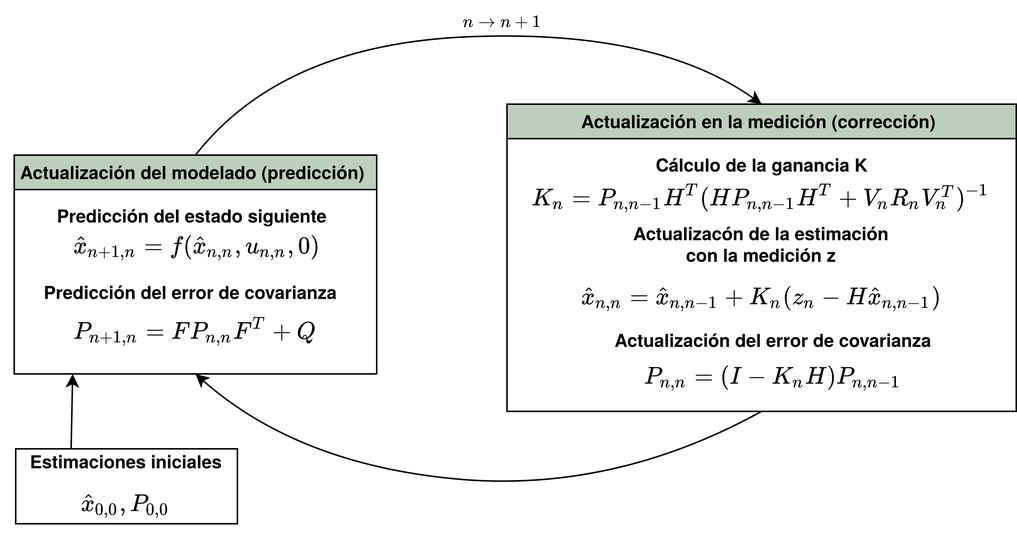
Above: images/extended_kalman_algorithm.png in levacarrillo/My_thesis (draw.io), before the change. Source tidied: cells renumbered, new cells last; positions are measured from the earlier drawing's top-left corner, leaving out a move shared by most shapes. The source it was exported from:
```xml
<mxGraphModel math="1">
  <root>
    <mxCell id="0" />
    <mxCell id="1" parent="0" />
    <mxCell id="2" value="Actualización del modelado (predicción) " style="swimlane;fillColor=#BDCFBC;strokeColor=#000000;gradientColor=none;swimlaneFillColor=none;" parent="1" vertex="1">
      <mxGeometry x="9" y="94" width="242" height="146" as="geometry" />
    </mxCell>
    <mxCell id="3" value="$$\hat{x}_{n+1,n} = f(\hat{x}_{n,n}, u_{n,n}, 0)&lt;br&gt;$$" style="text;html=1;strokeColor=none;fillColor=none;align=center;verticalAlign=middle;whiteSpace=wrap;rounded=0;" parent="2" vertex="1">
      <mxGeometry x="17" y="47" width="210" height="30" as="geometry" />
    </mxCell>
    <mxCell id="4" value="$$ P_{n+1, n} = FP_{n,n} F^T + Q $$" style="text;html=1;strokeColor=none;fillColor=none;align=center;verticalAlign=middle;whiteSpace=wrap;rounded=0;" parent="2" vertex="1">
      <mxGeometry x="21" y="108" width="200" height="20" as="geometry" />
    </mxCell>
    <mxCell id="5" value="&lt;b&gt;Predicción del estado siguiente&lt;/b&gt;" style="text;html=1;strokeColor=none;fillColor=none;align=center;verticalAlign=middle;whiteSpace=wrap;rounded=0;" parent="2" vertex="1">
      <mxGeometry x="24" y="30" width="190" height="20" as="geometry" />
    </mxCell>
    <mxCell id="6" value="&lt;b&gt;Predicción del error de covarianza&lt;/b&gt;" style="text;html=1;strokeColor=none;fillColor=none;align=center;verticalAlign=middle;whiteSpace=wrap;rounded=0;" parent="2" vertex="1">
      <mxGeometry x="13" y="81" width="210" height="20" as="geometry" />
    </mxCell>
    <mxCell id="7" value="Actualización en la medición (corrección) " style="swimlane;fillColor=#BDCFBC;" parent="1" vertex="1">
      <mxGeometry x="338" y="60" width="340" height="205" as="geometry" />
    </mxCell>
    <mxCell id="8" value="$$K_n = P_{n,n-1} H^T(HP_{n,n-1}H^T +V_n R_n V^T_n)^{-1}$$" style="text;html=1;strokeColor=none;fillColor=none;align=center;verticalAlign=middle;whiteSpace=wrap;rounded=0;" parent="7" vertex="1">
      <mxGeometry x="63" y="43" width="214" height="40" as="geometry" />
    </mxCell>
    <mxCell id="9" value="$$\hat{x}_{n,n} = \hat{x}_{n,n-1} + K_n(z_n-H\hat{x}_{n,n-1})$$" style="text;html=1;strokeColor=none;fillColor=none;align=center;verticalAlign=middle;whiteSpace=wrap;rounded=0;" parent="7" vertex="1">
      <mxGeometry x="68" y="120" width="204" height="20" as="geometry" />
    </mxCell>
    <mxCell id="10" value="$$ P_{n,n} = (I-K_n H) P_{n,n-1}$$" style="text;html=1;strokeColor=none;fillColor=none;align=center;verticalAlign=middle;whiteSpace=wrap;rounded=0;" parent="7" vertex="1">
      <mxGeometry x="93" y="173" width="170" height="20" as="geometry" />
    </mxCell>
    <mxCell id="11" value="&lt;b&gt;Cálculo de la ganancia K&lt;/b&gt;" style="text;html=1;strokeColor=none;fillColor=none;align=center;verticalAlign=middle;whiteSpace=wrap;rounded=0;" parent="7" vertex="1">
      <mxGeometry x="65.5" y="30" width="209" height="20" as="geometry" />
    </mxCell>
    <mxCell id="12" value="&lt;b&gt;Actualizacón de la estimación &lt;br&gt;con la medición z&lt;/b&gt;" style="text;html=1;strokeColor=none;fillColor=none;align=center;verticalAlign=middle;whiteSpace=wrap;rounded=0;" parent="7" vertex="1">
      <mxGeometry x="75" y="83" width="190" height="20" as="geometry" />
    </mxCell>
    <mxCell id="13" value="&lt;b&gt;Actualización del error de covarianza&lt;/b&gt;" style="text;html=1;strokeColor=none;fillColor=none;align=center;verticalAlign=middle;whiteSpace=wrap;rounded=0;" parent="7" vertex="1">
      <mxGeometry x="68" y="147" width="220" height="20" as="geometry" />
    </mxCell>
    <mxCell id="14" style="curved=1;endArrow=classic;html=1;exitX=0.5;exitY=0;exitDx=0;exitDy=0;entryX=0.5;entryY=0;entryDx=0;entryDy=0;" parent="1" edge="1" source="2" target="7">
      <mxGeometry relative="1" as="geometry">
        <Array as="points">
          <mxPoint x="188" y="20" />
          <mxPoint x="438" y="10" />
        </Array>
      </mxGeometry>
    </mxCell>
    <mxCell id="15" style="curved=1;endArrow=classic;html=1;exitX=0.5;exitY=1;exitDx=0;exitDy=0;entryX=0.5;entryY=1;entryDx=0;entryDy=0;" parent="1" edge="1" source="7" target="2">
      <mxGeometry relative="1" as="geometry">
        <Array as="points">
          <mxPoint x="408" y="320" />
          <mxPoint x="198" y="300" />
        </Array>
      </mxGeometry>
    </mxCell>
    <mxCell id="16" value="&lt;div&gt;&lt;b&gt;Estimaciones iniciales &lt;/b&gt;$$\hat{x}_{0,0} , P_{0,0}$$&lt;/div&gt;" style="text;html=1;strokeColor=none;fillColor=none;align=center;verticalAlign=middle;whiteSpace=wrap;rounded=0;" parent="1" vertex="1">
      <mxGeometry y="310" width="168" height="20" as="geometry" />
    </mxCell>
    <mxCell id="17" style="rounded=0;whiteSpace=wrap;html=1;strokeColor=#000000;fillColor=none;gradientColor=#ffffff;" parent="1" vertex="1">
      <mxGeometry x="10" y="290" width="148" height="50" as="geometry" />
    </mxCell>
    <mxCell id="18" style="endArrow=classic;html=1;exitX=0.25;exitY=0;exitDx=0;exitDy=0;" parent="1" edge="1" source="17">
      <mxGeometry relative="1" as="geometry">
        <mxPoint x="48" y="240" as="targetPoint" />
      </mxGeometry>
    </mxCell>
    <mxCell id="19" value="&lt;div style=&quot;font-size: 8px&quot;&gt;&lt;font style=&quot;font-size: 8px&quot;&gt;&lt;b&gt;&lt;font style=&quot;font-size: 8px&quot;&gt;$$n&amp;nbsp; \rightarrow n+1$$&lt;/font&gt;&lt;/b&gt;&lt;/font&gt;&lt;/div&gt;" style="text;html=1;strokeColor=none;fillColor=none;align=center;verticalAlign=middle;whiteSpace=wrap;rounded=0;" parent="1" vertex="1">
      <mxGeometry x="300" width="70" height="10" as="geometry" />
    </mxCell>
  </root>
</mxGraphModel>
```
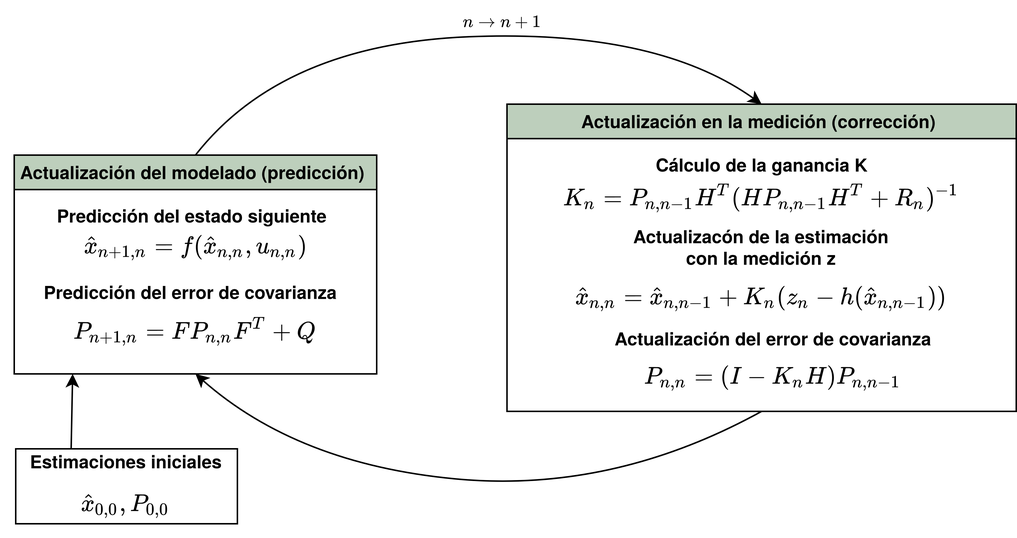
Above is the later version.

The edit, as a diff of the source:
```diff
@@ -5,7 +5,7 @@
     <mxCell id="2" value="Actualización del modelado (predicción) " style="swimlane;fillColor=#BDCFBC;strokeColor=#000000;gradientColor=none;swimlaneFillColor=none;" parent="1" vertex="1">
       <mxGeometry x="9" y="94" width="242" height="146" as="geometry" />
     </mxCell>
-    <mxCell id="3" value="$$\hat{x}_{n+1,n} = f(\hat{x}_{n,n}, u_{n,n}, 0)&lt;br&gt;$$" style="text;html=1;strokeColor=none;fillColor=none;align=center;verticalAlign=middle;whiteSpace=wrap;rounded=0;" parent="2" vertex="1">
+    <mxCell id="3" value="$$\hat{x}_{n+1,n} = f(\hat{x}_{n,n}, u_{n,n})&lt;br&gt;$$" style="text;html=1;strokeColor=none;fillColor=none;align=center;verticalAlign=middle;whiteSpace=wrap;rounded=0;" parent="2" vertex="1">
       <mxGeometry x="17" y="47" width="210" height="30" as="geometry" />
     </mxCell>
     <mxCell id="4" value="$$ P_{n+1, n} = FP_{n,n} F^T + Q $$" style="text;html=1;strokeColor=none;fillColor=none;align=center;verticalAlign=middle;whiteSpace=wrap;rounded=0;" parent="2" vertex="1">
@@ -20,10 +20,10 @@
     <mxCell id="7" value="Actualización en la medición (corrección) " style="swimlane;fillColor=#BDCFBC;" parent="1" vertex="1">
       <mxGeometry x="338" y="60" width="340" height="205" as="geometry" />
     </mxCell>
-    <mxCell id="8" value="$$K_n = P_{n,n-1} H^T(HP_{n,n-1}H^T +V_n R_n V^T_n)^{-1}$$" style="text;html=1;strokeColor=none;fillColor=none;align=center;verticalAlign=middle;whiteSpace=wrap;rounded=0;" parent="7" vertex="1">
+    <mxCell id="8" value="$$K_n = P_{n,n-1} H^T(HP_{n,n-1}H^T + R_n)^{-1}$$" style="text;html=1;strokeColor=none;fillColor=none;align=center;verticalAlign=middle;whiteSpace=wrap;rounded=0;" parent="7" vertex="1">
       <mxGeometry x="63" y="43" width="214" height="40" as="geometry" />
     </mxCell>
-    <mxCell id="9" value="$$\hat{x}_{n,n} = \hat{x}_{n,n-1} + K_n(z_n-H\hat{x}_{n,n-1})$$" style="text;html=1;strokeColor=none;fillColor=none;align=center;verticalAlign=middle;whiteSpace=wrap;rounded=0;" parent="7" vertex="1">
+    <mxCell id="9" value="$$\hat{x}_{n,n} = \hat{x}_{n,n-1} + K_n(z_n-h(\hat{x}_{n,n-1}))$$" style="text;html=1;strokeColor=none;fillColor=none;align=center;verticalAlign=middle;whiteSpace=wrap;rounded=0;" parent="7" vertex="1">
       <mxGeometry x="68" y="120" width="204" height="20" as="geometry" />
     </mxCell>
     <mxCell id="10" value="$$ P_{n,n} = (I-K_n H) P_{n,n-1}$$" style="text;html=1;strokeColor=none;fillColor=none;align=center;verticalAlign=middle;whiteSpace=wrap;rounded=0;" parent="7" vertex="1">
@@ -33,10 +33,10 @@
       <mxGeometry x="65.5" y="30" width="209" height="20" as="geometry" />
     </mxCell>
     <mxCell id="12" value="&lt;b&gt;Actualizacón de la estimación &lt;br&gt;con la medición z&lt;/b&gt;" style="text;html=1;strokeColor=none;fillColor=none;align=center;verticalAlign=middle;whiteSpace=wrap;rounded=0;" parent="7" vertex="1">
-      <mxGeometry x="75" y="83" width="190" height="20" as="geometry" />
+      <mxGeometry x="75" y="85" width="190" height="20" as="geometry" />
     </mxCell>
     <mxCell id="13" value="&lt;b&gt;Actualización del error de covarianza&lt;/b&gt;" style="text;html=1;strokeColor=none;fillColor=none;align=center;verticalAlign=middle;whiteSpace=wrap;rounded=0;" parent="7" vertex="1">
-      <mxGeometry x="68" y="147" width="220" height="20" as="geometry" />
+      <mxGeometry x="68" y="146" width="220" height="20" as="geometry" />
     </mxCell>
     <mxCell id="14" style="curved=1;endArrow=classic;html=1;exitX=0.5;exitY=0;exitDx=0;exitDy=0;entryX=0.5;entryY=0;entryDx=0;entryDy=0;" parent="1" edge="1" source="2" target="7">
       <mxGeometry relative="1" as="geometry">
```
